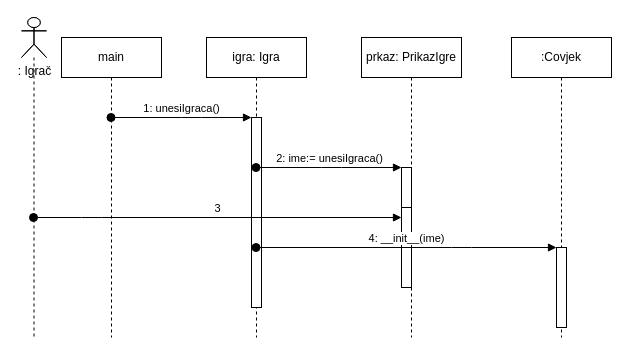
The draw.io diagram page "Dijagram slijeda unos igrača" (11 of 12) of dijagram.drawio in Lkrsticev/IgraVjesala, before the edit. Source tidied: cells renumbered, new cells numbered last; positions are measured from the earlier drawing's top-left corner, leaving out a move shared by most shapes. Both pictures are drawn from the tidied source at 100%, with x=0, y=0 at pixel (21, 17).
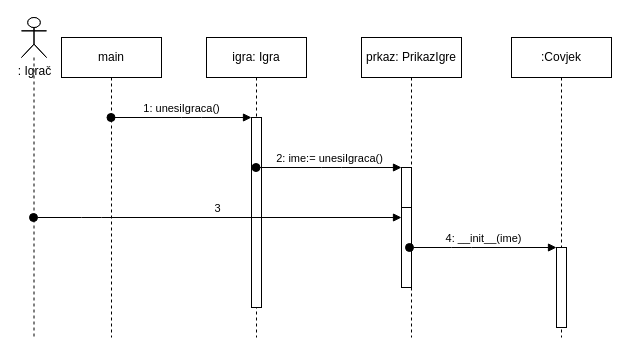
Above is the later version.

Unchanged cells that the change refers to:
```xml
<mxCell id="3" value="igra: Igra" style="shape=umlLifeline;perimeter=lifelinePerimeter;whiteSpace=wrap;html=1;outlineConnect=0;" parent="1" vertex="1">
  <mxGeometry x="185" y="20" width="100" height="300" as="geometry" />
</mxCell>
<mxCell id="12" style="html=1;points=[];perimeter=orthogonalPerimeter;" parent="1" vertex="1">
  <mxGeometry x="535" y="230" width="10" height="80" as="geometry" />
</mxCell>
```

What changed in the source:
```diff
@@
-    <mxCell id="13" value="4: __init__(ime)" style="html=1;verticalAlign=bottom;startArrow=oval;endArrow=block;startSize=8;" parent="1" edge="1" source="3" target="12">
+    <mxCell id="13" value="4: __init__(ime)" style="html=1;verticalAlign=bottom;startArrow=oval;endArrow=block;startSize=8;" parent="1" edge="1" target="12">
       <mxGeometry relative="1" as="geometry">
+        <mxPoint x="388" y="230" as="sourcePoint" />
         <Array as="points">
           <mxPoint x="440" y="230" />
         </Array>
       </mxGeometry>
     </mxCell>
```
